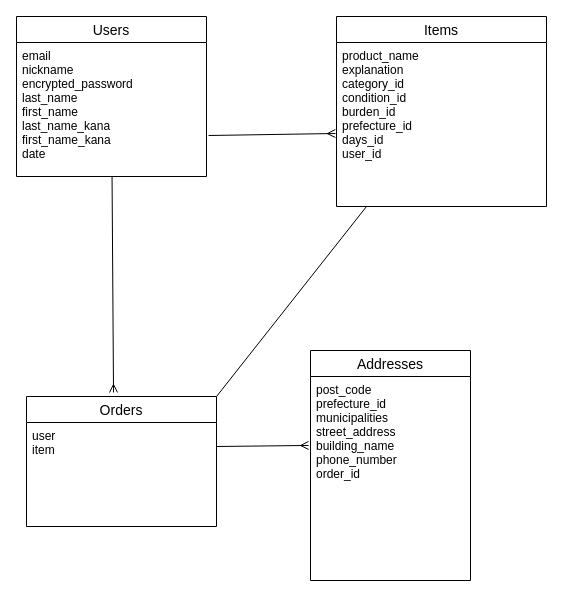
Earlier version of the draw.io diagram test.dio (kimurose/furima-40246). Source tidied: cells renumbered, new cells numbered last; positions are measured from the earlier drawing's top-left corner, leaving out a move shared by most shapes. Both pictures are drawn from the tidied source at 100%, with x=0, y=0 at pixel (16, 16).
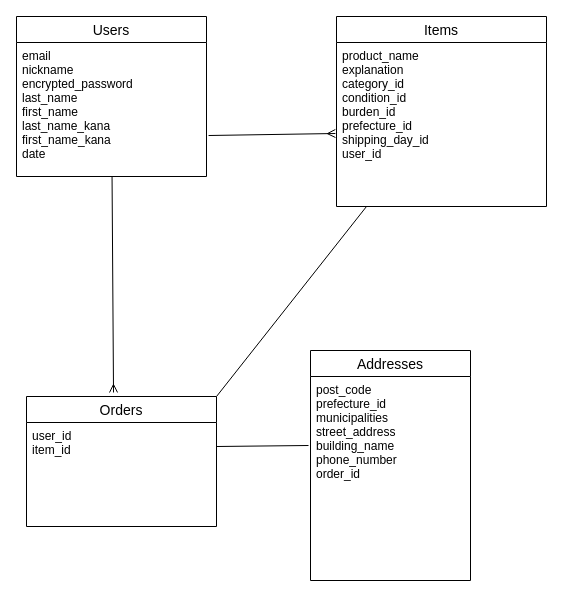
The same page after the edit.

Commit message (it also covers changes not shown here):
レビュー後、直し３回目

Change to the diagram source:
```diff
@@
 <mxGraphModel>
   <root>
     <mxCell id="0" />
     <mxCell id="1" parent="0" />
     <mxCell id="2" style="edgeStyle=none;html=1;entryX=0.458;entryY=-0.031;entryDx=0;entryDy=0;entryPerimeter=0;endArrow=ERmany;endFill=0;" parent="1" edge="1" source="3" target="8">
       <mxGeometry relative="1" as="geometry" />
     </mxCell>
     <mxCell id="3" value="Users" style="swimlane;fontStyle=0;horizontal=1;startSize=26;align=center;fontSize=14;" parent="1" vertex="1">
       <mxGeometry width="190" height="160" as="geometry" />
     </mxCell>
     <mxCell id="4" value="email&#10;nickname&#10;encrypted_password&#10;last_name&#10;first_name&#10;last_name_kana&#10;first_name_kana&#10;date" style="text;strokeColor=none;fillColor=none;spacingLeft=4;spacingRight=4;overflow=hidden;points=[[0,0.5],[1,0.5]];portConstraint=eastwest;fontSize=12;" parent="3" vertex="1">
       <mxGeometry y="26" width="190" height="134" as="geometry" />
     </mxCell>
     <mxCell id="5" style="edgeStyle=none;html=1;entryX=1;entryY=0;entryDx=0;entryDy=0;startArrow=none;startFill=0;endArrow=none;endFill=0;" parent="1" edge="1" source="6" target="8">
       <mxGeometry relative="1" as="geometry" />
     </mxCell>
     <mxCell id="6" value="Items" style="swimlane;fontStyle=0;horizontal=1;startSize=26;align=center;fontSize=14;" parent="1" vertex="1">
       <mxGeometry x="320" width="210" height="190" as="geometry" />
     </mxCell>
-    <mxCell id="7" value="product_name&#10;explanation&#10;category_id&#10;condition_id&#10;burden_id&#10;prefecture_id&#10;days_id&#10;user_id" style="text;strokeColor=none;fillColor=none;spacingLeft=4;spacingRight=4;overflow=hidden;fontSize=12;" parent="6" vertex="1">
+    <mxCell id="7" value="product_name&#10;explanation&#10;category_id&#10;condition_id&#10;burden_id&#10;prefecture_id&#10;shipping_day_id&#10;user_id" style="text;strokeColor=none;fillColor=none;spacingLeft=4;spacingRight=4;overflow=hidden;fontSize=12;" parent="6" vertex="1">
       <mxGeometry y="26" width="210" height="164" as="geometry" />
     </mxCell>
     <mxCell id="8" value="Orders" style="swimlane;fontStyle=0;horizontal=1;startSize=26;align=center;fontSize=14;" parent="1" vertex="1">
       <mxGeometry x="10" y="380" width="190" height="130" as="geometry" />
     </mxCell>
-    <mxCell id="9" value="user&#10;item" style="text;strokeColor=none;fillColor=none;spacingLeft=4;spacingRight=4;overflow=hidden;fontSize=12;" parent="8" vertex="1">
+    <mxCell id="9" value="user_id&#10;item_id" style="text;strokeColor=none;fillColor=none;spacingLeft=4;spacingRight=4;overflow=hidden;fontSize=12;" parent="8" vertex="1">
       <mxGeometry y="26" width="190" height="104" as="geometry" />
     </mxCell>
     <mxCell id="10" value="Addresses" style="swimlane;fontStyle=0;horizontal=1;startSize=26;align=center;fontSize=14;" parent="1" vertex="1">
       <mxGeometry x="294" y="334" width="160" height="230" as="geometry" />
     </mxCell>
     <mxCell id="11" value="post_code&#10;prefecture_id&#10;municipalities&#10;street_address&#10;building_name&#10;phone_number&#10;order_id&#10;&#10;" style="text;strokeColor=none;fillColor=none;spacingLeft=4;spacingRight=4;overflow=hidden;points=[[0,0.5],[1,0.5]];portConstraint=eastwest;fontSize=12;" parent="10" vertex="1">
       <mxGeometry y="26" width="160" height="204" as="geometry" />
     </mxCell>
     <mxCell id="12" style="edgeStyle=none;html=1;entryX=-0.006;entryY=0.33;entryDx=0;entryDy=0;entryPerimeter=0;endArrow=ERmany;endFill=0;exitX=1.011;exitY=0.694;exitDx=0;exitDy=0;exitPerimeter=0;" parent="1" edge="1" source="4">
       <mxGeometry relative="1" as="geometry">
         <mxPoint x="318.9" y="117" as="targetPoint" />
       </mxGeometry>
     </mxCell>
-    <mxCell id="13" style="edgeStyle=none;html=1;entryX=-0.012;entryY=0.338;entryDx=0;entryDy=0;entryPerimeter=0;endArrow=ERmany;endFill=0;" parent="1" edge="1" target="11">
+    <mxCell id="13" style="edgeStyle=none;html=1;endArrow=none;endFill=0;" parent="1" edge="1">
       <mxGeometry relative="1" as="geometry">
         <mxPoint x="200" y="430" as="sourcePoint" />
+        <mxPoint x="292" y="429" as="targetPoint" />
       </mxGeometry>
     </mxCell>
   </root>
 </mxGraphModel>
```
